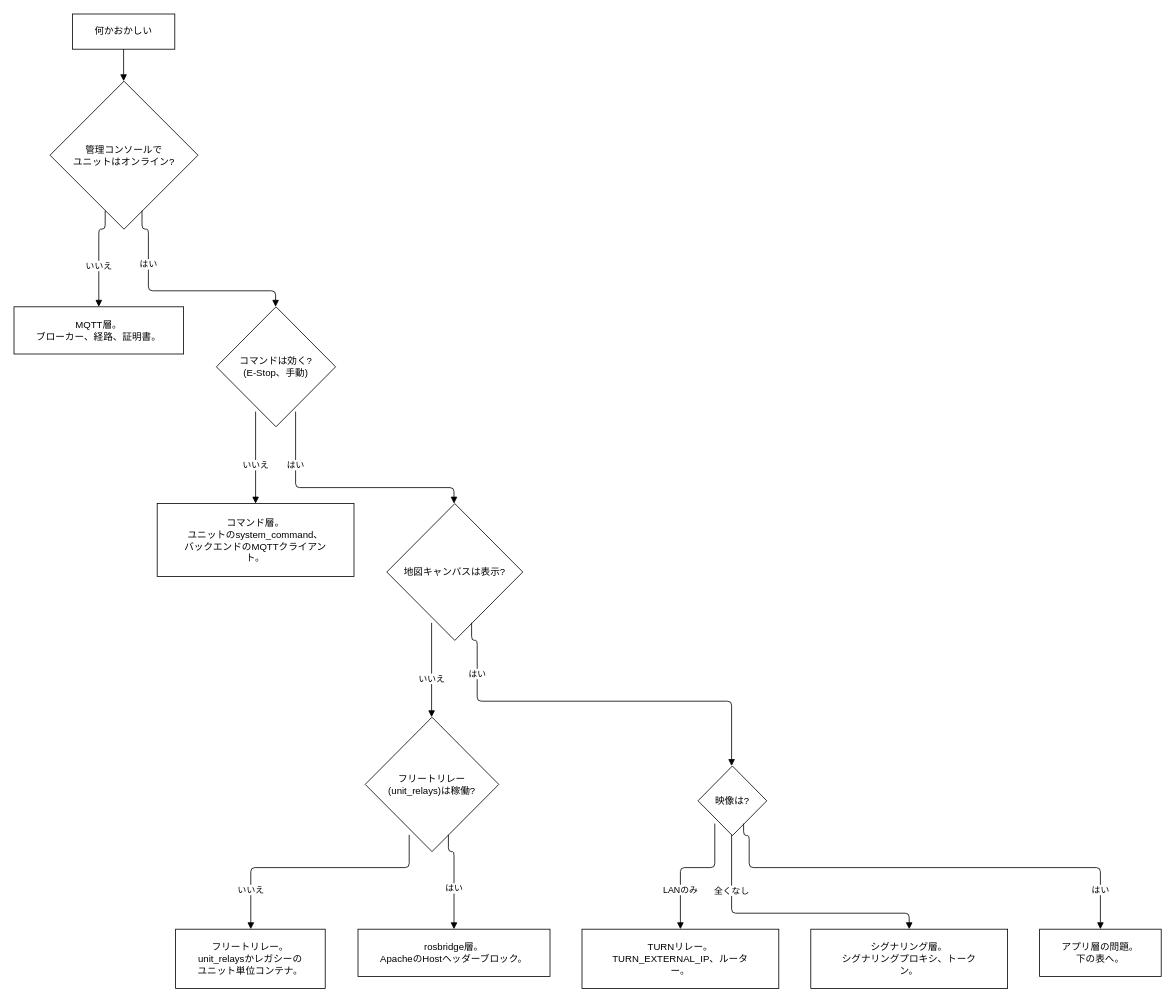
The draw.io diagram docs/ja/setup/diagrams/troubleshooting-start-here-which-layer-is-broken.drawio in itbdelaboprogramming/msd700_documentation, before the edit. Source tidied: cells renumbered, new cells numbered last; positions are measured from the earlier drawing's top-left corner, leaving out a move shared by most shapes. Both pictures are drawn from the tidied source at 80%, with x=0, y=0 at pixel (14, 14).
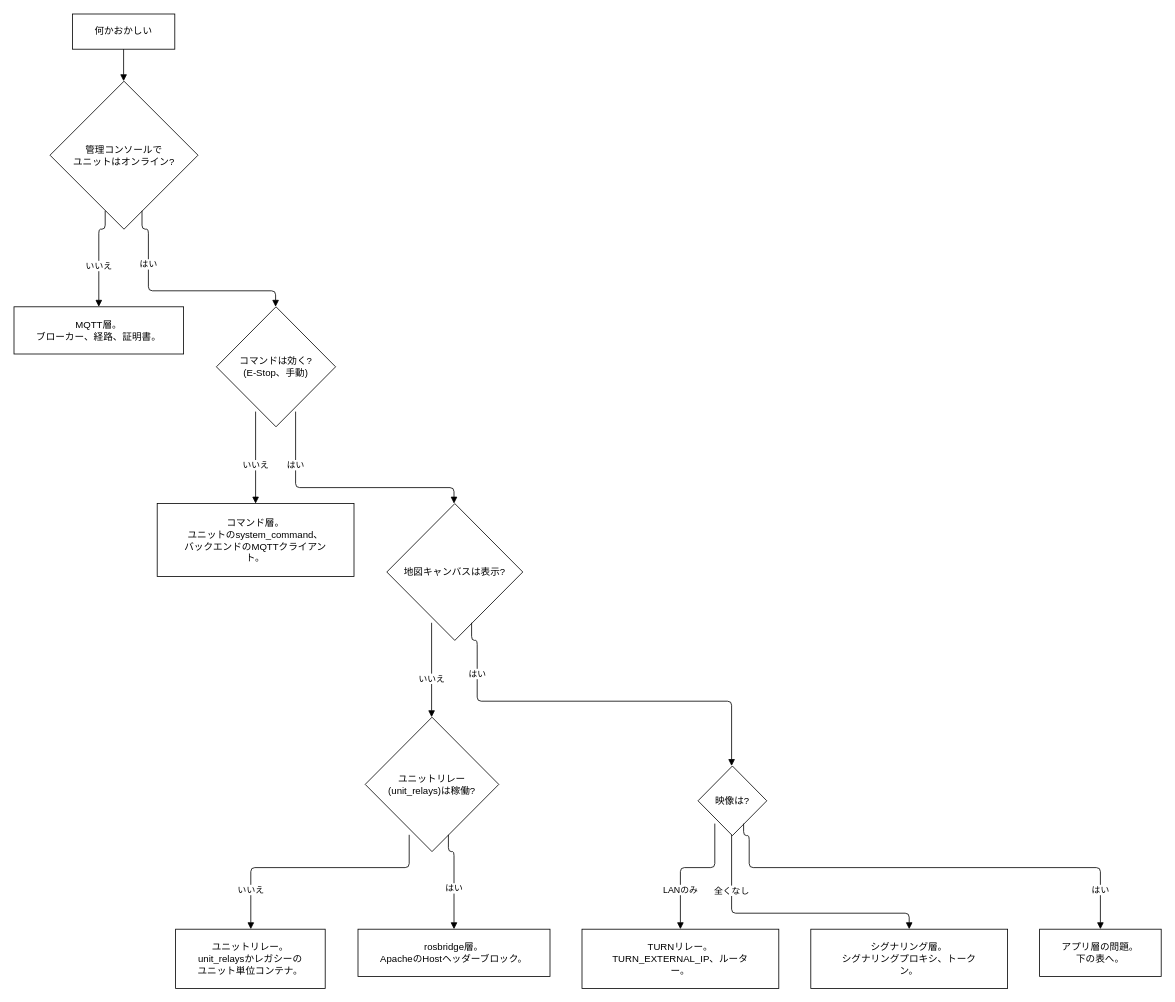
The same diagram, later.

Diff of the diagram source:
```diff
@@
-    <mxCell id="8" value="フリートリレー&lt;br&gt;(unit_relays)は稼働?" style="html=1;whiteSpace=wrap;fillColor=#ffffff;strokeColor=#000000;rhombus;fontFamily=Helvetica;fontSize=12;fontColor=#000000;" parent="1" vertex="1">
+    <mxCell id="8" value="ユニットリレー&lt;br&gt;(unit_relays)は稼働?" style="html=1;whiteSpace=wrap;fillColor=#ffffff;strokeColor=#000000;rhombus;fontFamily=Helvetica;fontSize=12;fontColor=#000000;" parent="1" vertex="1">
       <mxGeometry x="439" y="879" width="167" height="168" as="geometry" />
     </mxCell>
-    <mxCell id="9" value="フリートリレー。&lt;br&gt;unit_relaysかレガシーの&lt;br&gt;ユニット単位コンテナ。" style="html=1;whiteSpace=wrap;fillColor=#ffffff;strokeColor=#000000;rounded=0;fontFamily=Helvetica;fontSize=12;fontColor=#000000;" parent="1" vertex="1">
+    <mxCell id="9" value="ユニットリレー。&lt;br&gt;unit_relaysかレガシーの&lt;br&gt;ユニット単位コンテナ。" style="html=1;whiteSpace=wrap;fillColor=#ffffff;strokeColor=#000000;rounded=0;fontFamily=Helvetica;fontSize=12;fontColor=#000000;" parent="1" vertex="1">
       <mxGeometry x="202" y="1144" width="187" height="74" as="geometry" />
     </mxCell>
```
